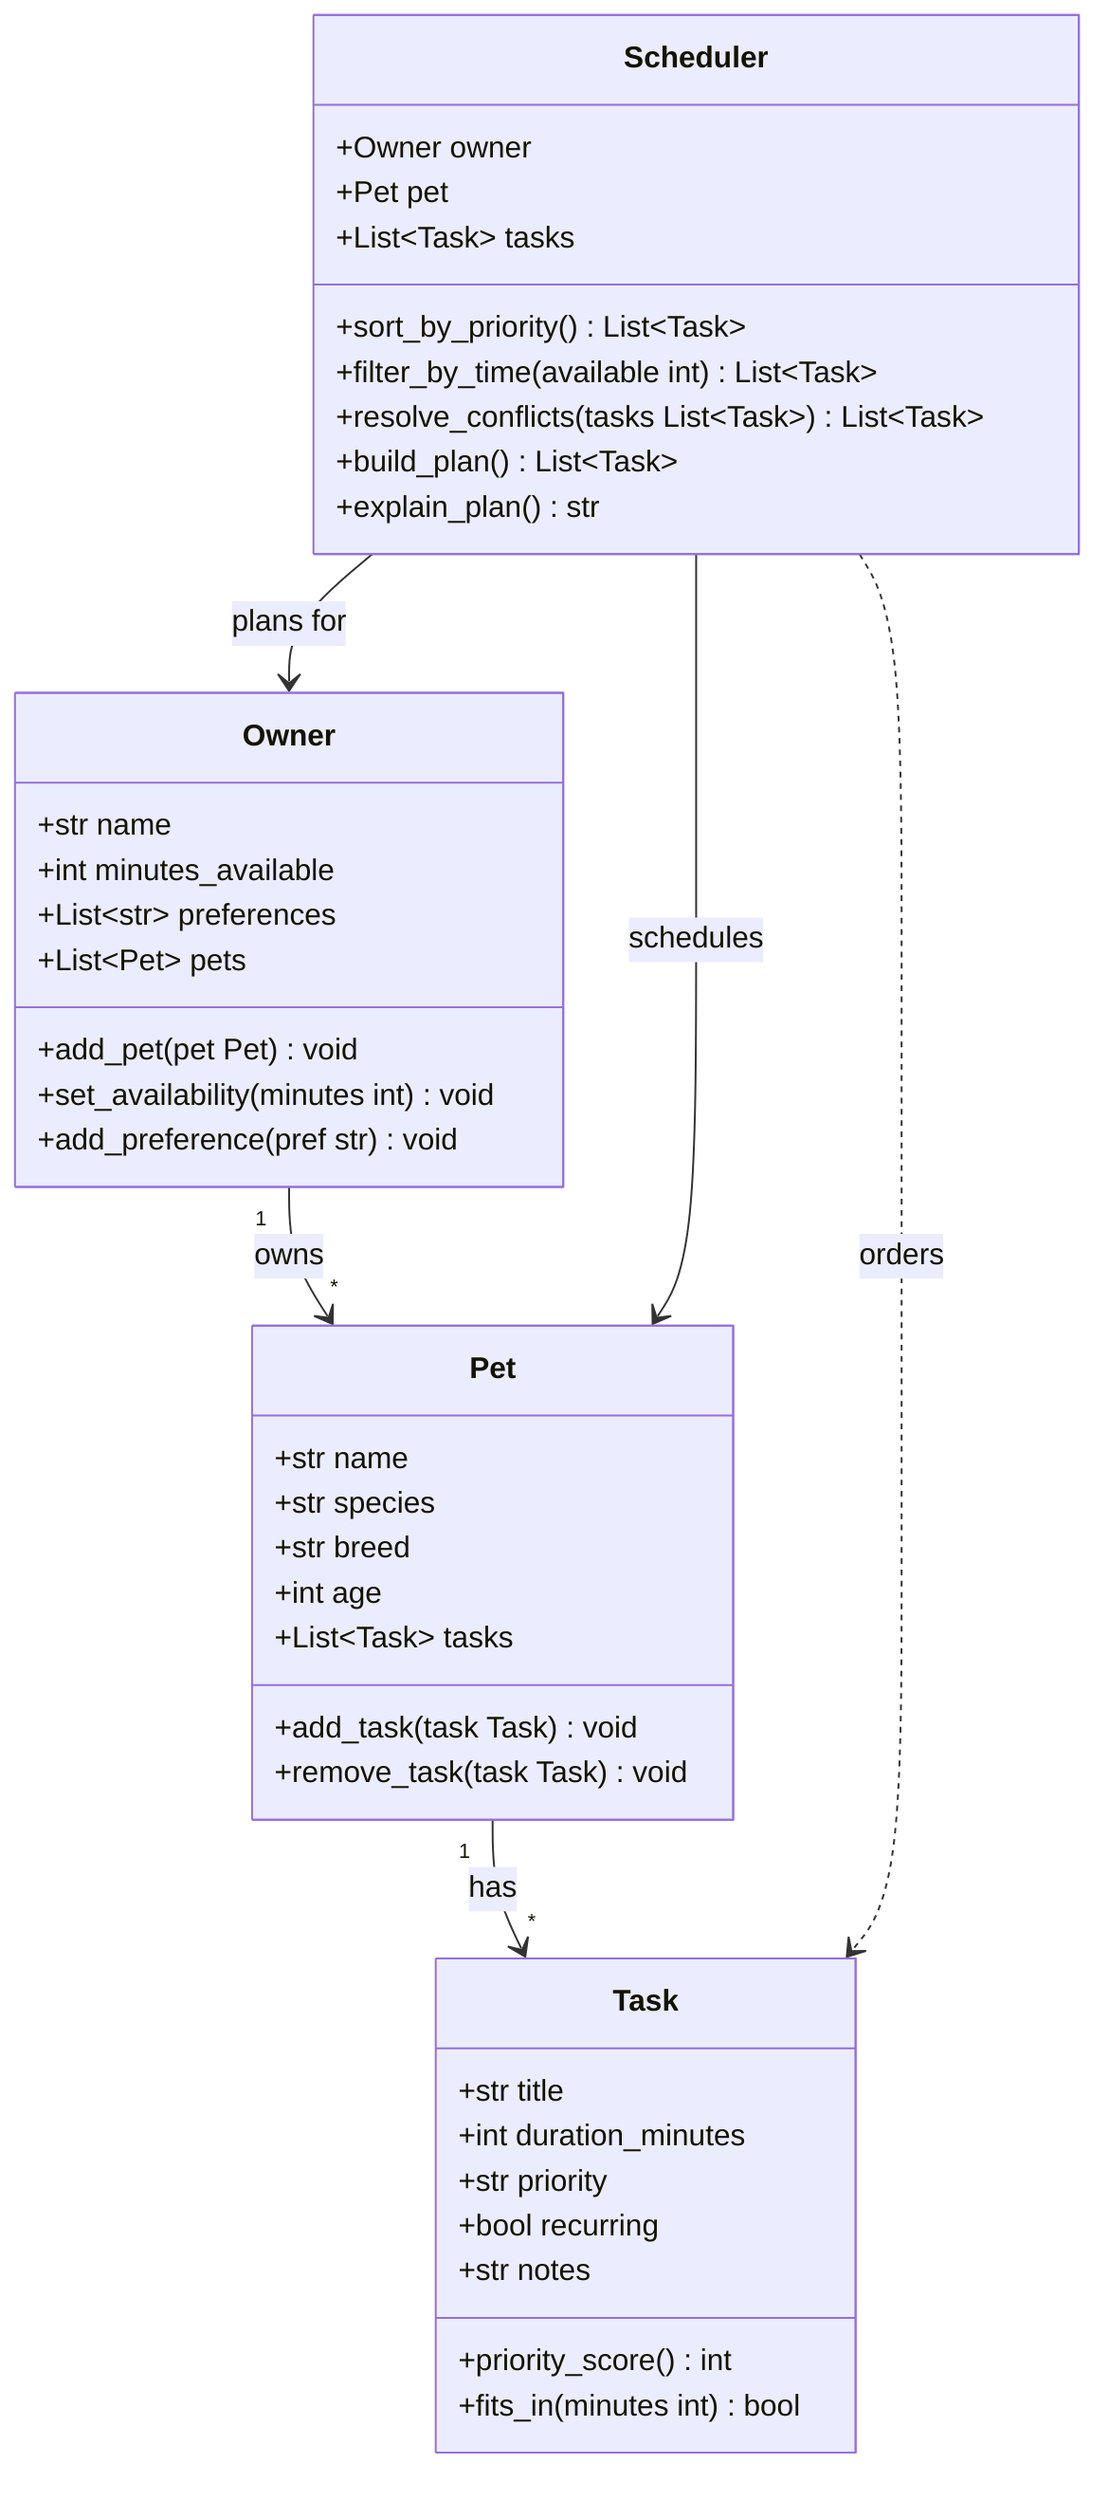
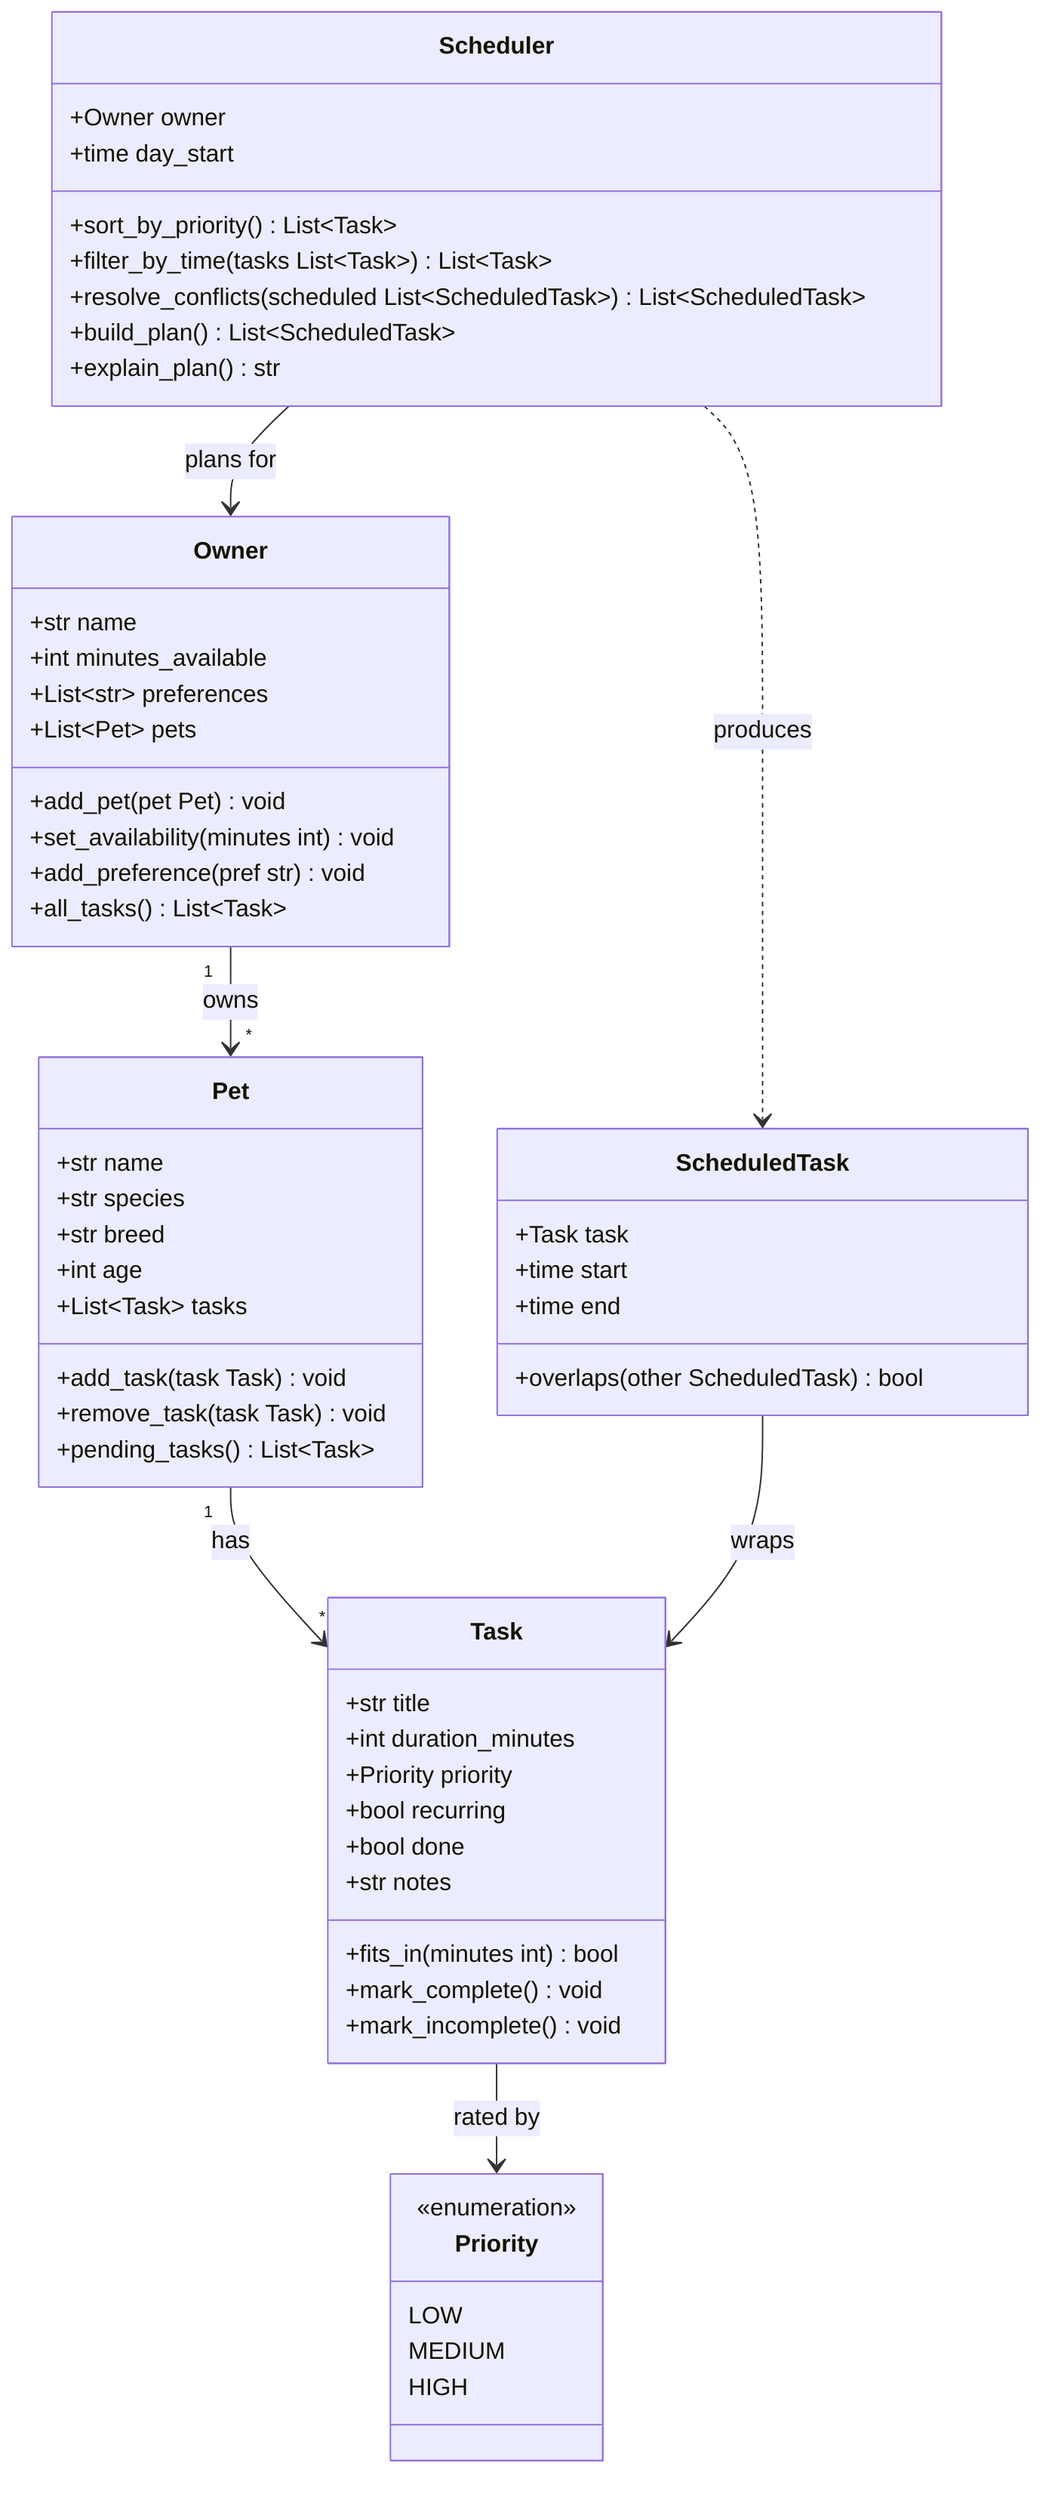
classDiagram
    %% PawPal+ system design (draft)
    %% Refine this so it matches your final implementation.
+ 
+     class Priority {
+         <<enumeration>>
+         LOW
+         MEDIUM
+         HIGH
+     }

    class Owner {
        +str name
        +int minutes_available
        +List~str~ preferences
        +List~Pet~ pets
        +add_pet(pet Pet) void
        +set_availability(minutes int) void
        +add_preference(pref str) void
+         +all_tasks() List~Task~
    }

    class Pet {
        +str name
        +str species
        +str breed
        +int age
        +List~Task~ tasks
        +add_task(task Task) void
        +remove_task(task Task) void
+         +pending_tasks() List~Task~
    }

    class Task {
        +str title
        +int duration_minutes
-         +str priority
+         +Priority priority
        +bool recurring
+         +bool done
        +str notes
-         +priority_score() int
        +fits_in(minutes int) bool
+         +mark_complete() void
+         +mark_incomplete() void
+     }
+ 
+     class ScheduledTask {
+         +Task task
+         +time start
+         +time end
+         +overlaps(other ScheduledTask) bool
    }

    class Scheduler {
        +Owner owner
-         +Pet pet
-         +List~Task~ tasks
+         +time day_start
        +sort_by_priority() List~Task~
-         +filter_by_time(available int) List~Task~
-         +resolve_conflicts(tasks List~Task~) List~Task~
-         +build_plan() List~Task~
+         +filter_by_time(tasks List~Task~) List~Task~
+         +resolve_conflicts(scheduled List~ScheduledTask~) List~ScheduledTask~
+         +build_plan() List~ScheduledTask~
        +explain_plan() str
    }

    Owner "1" --> "*" Pet : owns
    Pet "1" --> "*" Task : has
+     Task --> Priority : rated by
+     ScheduledTask --> Task : wraps
    Scheduler --> Owner : plans for
-     Scheduler --> Pet : schedules
-     Scheduler ..> Task : orders
+     Scheduler ..> ScheduledTask : produces
